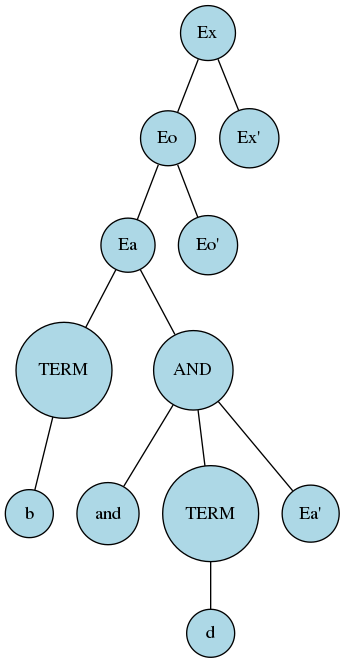
This is src/lab4/pascal/pascal.png from glotovmikhail/mt, a Graphviz export, as it was before one commit. Its source is kept beside it as src/lab4/pascal/pascal.dot.
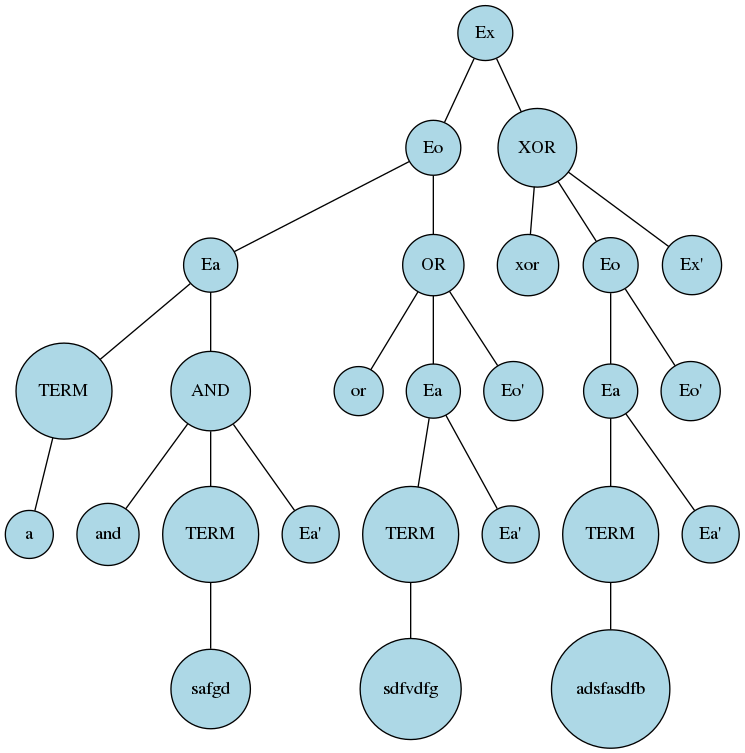
After the commit.

What changed in the source:
```diff
@@ -3,15 +3,15 @@
 	"895328852Eo1" [shape=circle, style=filled, fillcolor="lightblue", label="Eo"];
 	"1304836502Ea2" [shape=circle, style=filled, fillcolor="lightblue", label="Ea"];
 	"225534817TERM3" [shape=circle, style=filled, fillcolor="lightblue", label="TERM"];
-	"1878246837b4" [shape=circle, style=filled, fillcolor="lightblue", label="b"];
-	"225534817TERM3" -- "1878246837b4";
-	{ rank=same"1878246837b4" }
+	"1878246837a4" [shape=circle, style=filled, fillcolor="lightblue", label="a"];
+	"225534817TERM3" -- "1878246837a4";
+	{ rank=same"1878246837a4" }
 	"929338653AND3" [shape=circle, style=filled, fillcolor="lightblue", label="AND"];
 	"1259475182and4" [shape=circle, style=filled, fillcolor="lightblue", label="and"];
 	"1300109446TERM4" [shape=circle, style=filled, fillcolor="lightblue", label="TERM"];
-	"1020371697d5" [shape=circle, style=filled, fillcolor="lightblue", label="d"];
-	"1300109446TERM4" -- "1020371697d5";
-	{ rank=same"1020371697d5" }
+	"1020371697safgd5" [shape=circle, style=filled, fillcolor="lightblue", label="safgd"];
+	"1300109446TERM4" -- "1020371697safgd5";
+	{ rank=same"1020371697safgd5" }
 	"789451787Ea'4" [shape=circle, style=filled, fillcolor="lightblue", label="Ea'"];
 	"929338653AND3" -- "1259475182and4";
 	"929338653AND3" -- "1300109446TERM4";
@@ -20,12 +20,47 @@
 	"1304836502Ea2" -- "225534817TERM3";
 	"1304836502Ea2" -- "929338653AND3";
 	{ rank=same"225534817TERM3","929338653AND3" }
-	"1950409828Eo'2" [shape=circle, style=filled, fillcolor="lightblue", label="Eo'"];
+	"1950409828OR2" [shape=circle, style=filled, fillcolor="lightblue", label="OR"];
+	"1229416514or3" [shape=circle, style=filled, fillcolor="lightblue", label="or"];
+	"2016447921Ea3" [shape=circle, style=filled, fillcolor="lightblue", label="Ea"];
+	"666988784TERM4" [shape=circle, style=filled, fillcolor="lightblue", label="TERM"];
+	"1414644648sdfvdfg5" [shape=circle, style=filled, fillcolor="lightblue", label="sdfvdfg"];
+	"666988784TERM4" -- "1414644648sdfvdfg5";
+	{ rank=same"1414644648sdfvdfg5" }
+	"640070680Ea'4" [shape=circle, style=filled, fillcolor="lightblue", label="Ea'"];
+	"2016447921Ea3" -- "666988784TERM4";
+	"2016447921Ea3" -- "640070680Ea'4";
+	{ rank=same"666988784TERM4","640070680Ea'4" }
+	"1510467688Eo'3" [shape=circle, style=filled, fillcolor="lightblue", label="Eo'"];
+	"1950409828OR2" -- "1229416514or3";
+	"1950409828OR2" -- "2016447921Ea3";
+	"1950409828OR2" -- "1510467688Eo'3";
+	{ rank=same"1229416514or3","2016447921Ea3","1510467688Eo'3" }
 	"895328852Eo1" -- "1304836502Ea2";
-	"895328852Eo1" -- "1950409828Eo'2";
-	{ rank=same"1304836502Ea2","1950409828Eo'2" }
-	"1229416514Ex'1" [shape=circle, style=filled, fillcolor="lightblue", label="Ex'"];
+	"895328852Eo1" -- "1950409828OR2";
+	{ rank=same"1304836502Ea2","1950409828OR2" }
+	"1995265320XOR1" [shape=circle, style=filled, fillcolor="lightblue", label="XOR"];
+	"746292446xor2" [shape=circle, style=filled, fillcolor="lightblue", label="xor"];
+	"1072591677Eo2" [shape=circle, style=filled, fillcolor="lightblue", label="Eo"];
+	"1523554304Ea3" [shape=circle, style=filled, fillcolor="lightblue", label="Ea"];
+	"1175962212TERM4" [shape=circle, style=filled, fillcolor="lightblue", label="TERM"];
+	"918221580adsfasdfb5" [shape=circle, style=filled, fillcolor="lightblue", label="adsfasdfb"];
+	"1175962212TERM4" -- "918221580adsfasdfb5";
+	{ rank=same"918221580adsfasdfb5" }
+	"2055281021Ea'4" [shape=circle, style=filled, fillcolor="lightblue", label="Ea'"];
+	"1523554304Ea3" -- "1175962212TERM4";
+	"1523554304Ea3" -- "2055281021Ea'4";
+	{ rank=same"1175962212TERM4","2055281021Ea'4" }
+	"1554547125Eo'3" [shape=circle, style=filled, fillcolor="lightblue", label="Eo'"];
+	"1072591677Eo2" -- "1523554304Ea3";
+	"1072591677Eo2" -- "1554547125Eo'3";
+	{ rank=same"1523554304Ea3","1554547125Eo'3" }
+	"617901222Ex'2" [shape=circle, style=filled, fillcolor="lightblue", label="Ex'"];
+	"1995265320XOR1" -- "746292446xor2";
+	"1995265320XOR1" -- "1072591677Eo2";
+	"1995265320XOR1" -- "617901222Ex'2";
+	{ rank=same"746292446xor2","1072591677Eo2","617901222Ex'2" }
 	"723074861Ex0" -- "895328852Eo1";
-	"723074861Ex0" -- "1229416514Ex'1";
-	{ rank=same"895328852Eo1","1229416514Ex'1" }
+	"723074861Ex0" -- "1995265320XOR1";
+	{ rank=same"895328852Eo1","1995265320XOR1" }
 }
```
